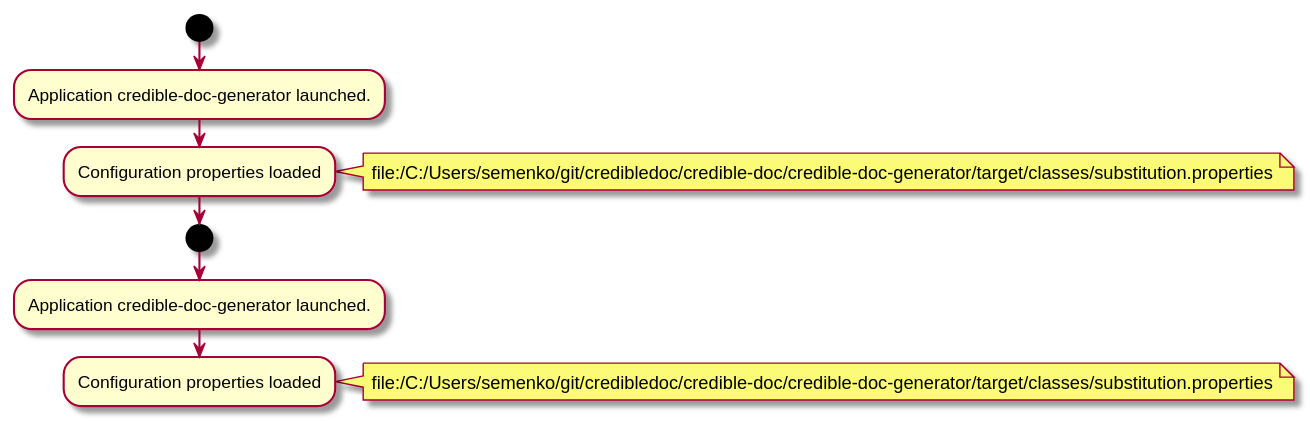
Earlier version of the PlantUML export credible-doc-generator/doc/img/diagrams.md_1.svg (credibledoc/credible-doc).
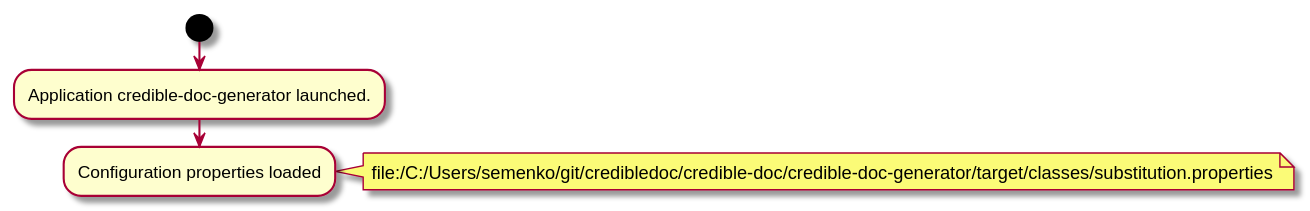
The same diagram one commit later.

The edit, as a diff of the source:
```diff
@@ -7,12 +7,4 @@
 file:/C:/Users/semenko/git/credibledoc/credible-doc/credible-doc-generator/target/classes/substitution.properties
 end note
 
-start
-:Application credible-doc-generator launched.;
-
-:Configuration properties loaded;
-note right
-file:/C:/Users/semenko/git/credibledoc/credible-doc/credible-doc-generator/target/classes/substitution.properties
-end note
-
 @enduml
```
